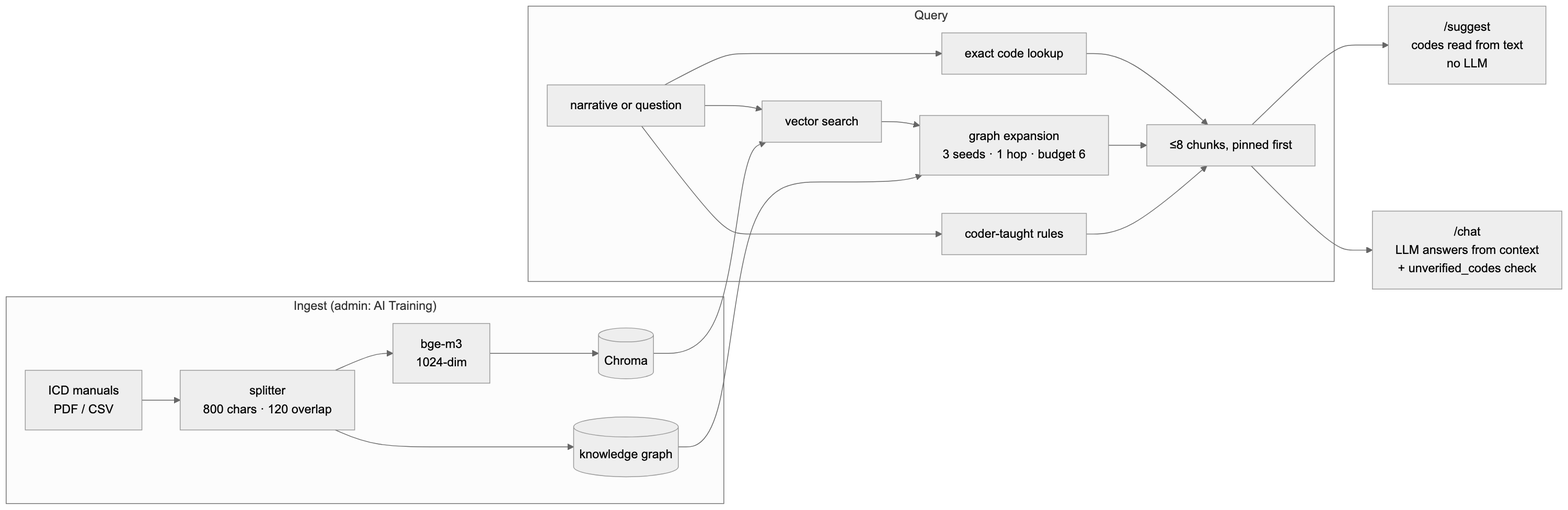
This is report/figures/fig-4-2-ai-pipeline.png from suvarna-stack/cura-ai, a Mermaid export, as it was before one commit. Its source is kept beside it as report/figures/fig-4-2-ai-pipeline.mmd. Source of this version:
```mermaid
flowchart LR
  subgraph ingest["Ingest (admin: AI Training)"]
    pdf["ICD manuals<br/>PDF / CSV"] --> chunk["splitter<br/>800 chars · 120 overlap"]
    chunk --> emb["bge-m3<br/>1024-dim"]
    emb --> chroma[("Chroma")]
    chunk --> kg[("knowledge graph")]
  end
  subgraph query["Query"]
    q["narrative or question"] --> exact["exact code lookup"]
    q --> vec["vector search"]
    vec --> gexp["graph expansion<br/>3 seeds · 1 hop · budget 6"]
    q --> rules["coder-taught rules"]
    exact --> ctx["≤8 chunks, pinned first"]
    gexp --> ctx
    rules --> ctx
  end
  chroma --> vec
  kg --> gexp
  ctx --> sug["/suggest<br/>codes read from text<br/>no LLM"]
  ctx --> chat["/chat<br/>LLM answers from context<br/>+ unverified_codes check"]
```
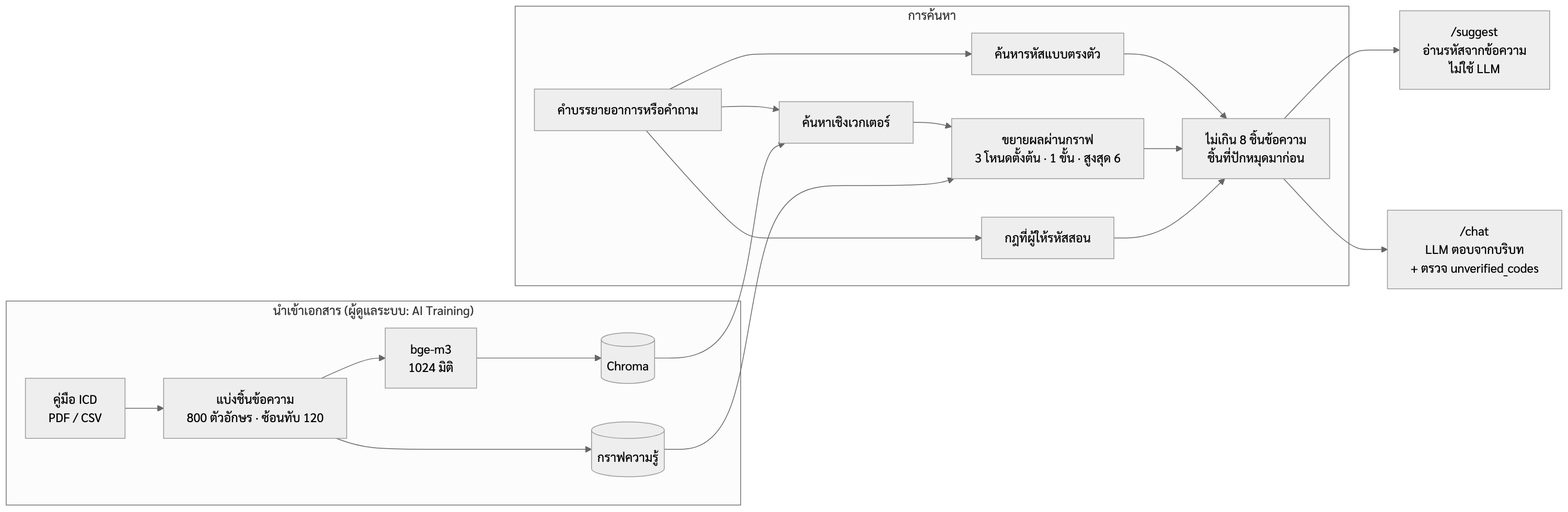
After the change.

Change to the diagram source:
```diff
@@ -1,20 +1,20 @@
 flowchart LR
-  subgraph ingest["Ingest (admin: AI Training)"]
-    pdf["ICD manuals<br/>PDF / CSV"] --> chunk["splitter<br/>800 chars · 120 overlap"]
-    chunk --> emb["bge-m3<br/>1024-dim"]
+  subgraph ingest["นำเข้าเอกสาร (ผู้ดูแลระบบ: AI Training)"]
+    pdf["คู่มือ ICD<br/>PDF / CSV"] --> chunk["แบ่งชิ้นข้อความ<br/>800 ตัวอักษร · ซ้อนทับ 120"]
+    chunk --> emb["bge-m3<br/>1024 มิติ"]
     emb --> chroma[("Chroma")]
-    chunk --> kg[("knowledge graph")]
+    chunk --> kg[("กราฟความรู้")]
   end
-  subgraph query["Query"]
-    q["narrative or question"] --> exact["exact code lookup"]
-    q --> vec["vector search"]
-    vec --> gexp["graph expansion<br/>3 seeds · 1 hop · budget 6"]
-    q --> rules["coder-taught rules"]
-    exact --> ctx["≤8 chunks, pinned first"]
+  subgraph query["การค้นหา"]
+    q["คำบรรยายอาการหรือคำถาม"] --> exact["ค้นหารหัสแบบตรงตัว"]
+    q --> vec["ค้นหาเชิงเวกเตอร์"]
+    vec --> gexp["ขยายผลผ่านกราฟ<br/>3 โหนดตั้งต้น · 1 ขั้น · สูงสุด 6"]
+    q --> rules["กฎที่ผู้ให้รหัสสอน"]
+    exact --> ctx["ไม่เกิน 8 ชิ้นข้อความ<br/>ชิ้นที่ปักหมุดมาก่อน"]
     gexp --> ctx
     rules --> ctx
   end
   chroma --> vec
   kg --> gexp
-  ctx --> sug["/suggest<br/>codes read from text<br/>no LLM"]
-  ctx --> chat["/chat<br/>LLM answers from context<br/>+ unverified_codes check"]
+  ctx --> sug["/suggest<br/>อ่านรหัสจากข้อความ<br/>ไม่ใช้ LLM"]
+  ctx --> chat["/chat<br/>LLM ตอบจากบริบท<br/>+ ตรวจ unverified_codes"]
```
